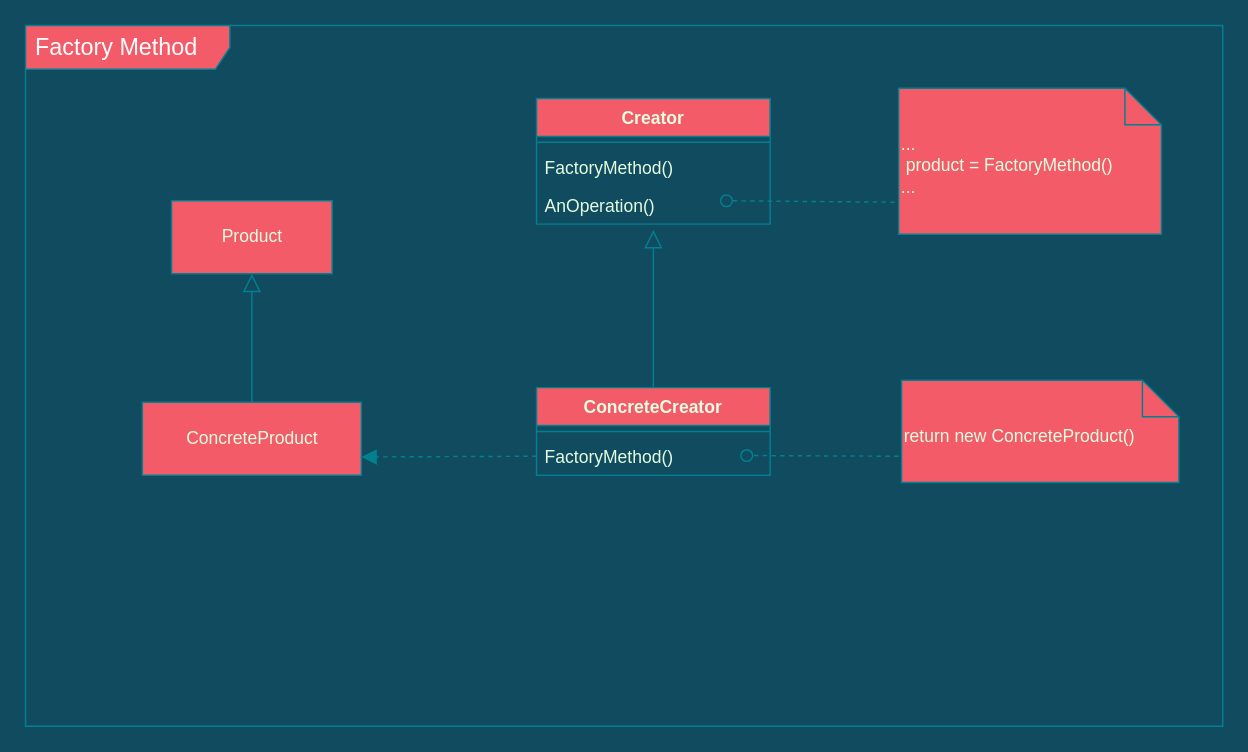
This is rhca.drawio from fanyixuanf/rhca, a draw.io file, before an edit. Source tidied: cells renumbered, new cells numbered last; positions are measured from the earlier drawing's top-left corner, leaving out a move shared by most shapes. Both pictures are drawn from the tidied source at 146%, with x=0, y=0 at pixel (25, 25).
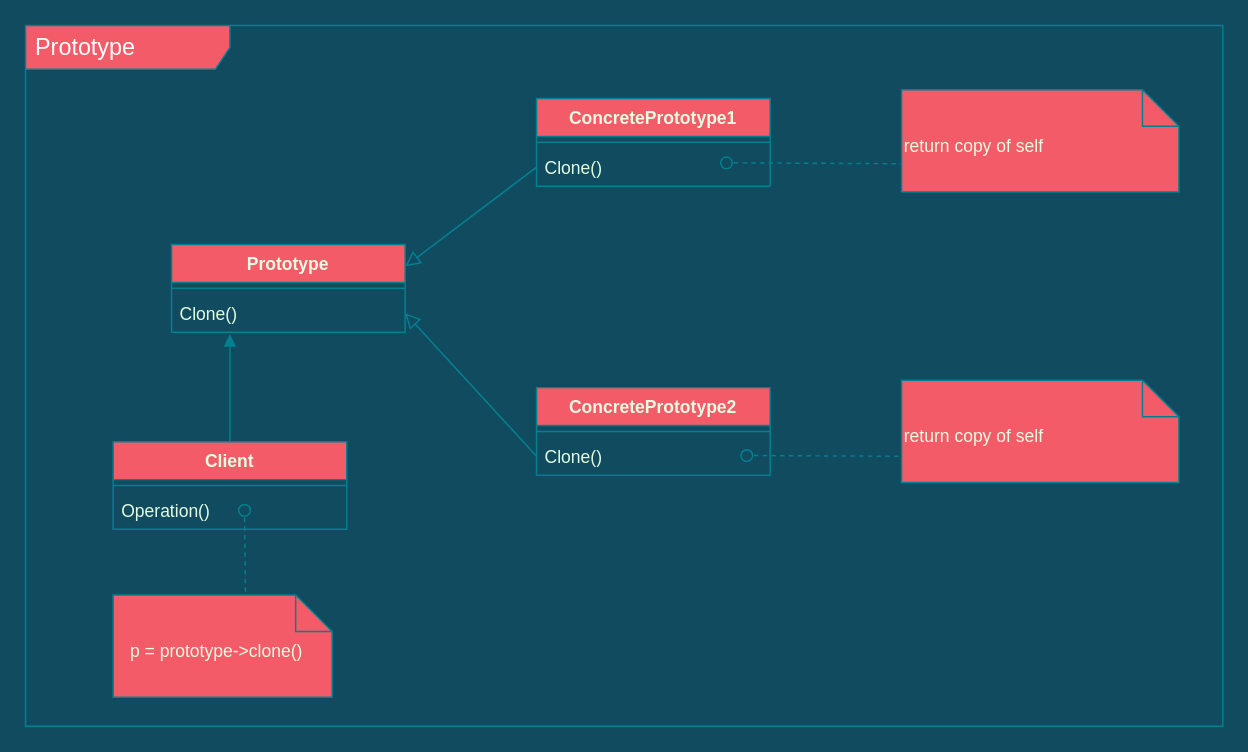
The same diagram, later.

Change to the diagram source:
```diff
@@
-    <mxCell id="2" value="&lt;span style=&quot;font-size: 16px&quot;&gt;&lt;font color=&quot;#ffffff&quot;&gt;Factory Method&lt;/font&gt;&lt;/span&gt;" style="shape=umlFrame;whiteSpace=wrap;html=1;width=140;height=30;boundedLbl=1;verticalAlign=middle;align=left;spacingLeft=5;fillColor=#F45B69;strokeColor=#028090;fontColor=#E4FDE1;" parent="1" vertex="1">
+    <mxCell id="2" value="&lt;span style=&quot;font-size: 16px&quot;&gt;&lt;font color=&quot;#ffffff&quot;&gt;Prototype&lt;/font&gt;&lt;/span&gt;" style="shape=umlFrame;whiteSpace=wrap;html=1;width=140;height=30;boundedLbl=1;verticalAlign=middle;align=left;spacingLeft=5;fillColor=#F45B69;strokeColor=#028090;fontColor=#E4FDE1;" parent="1" vertex="1">
       <mxGeometry width="820" height="480" as="geometry" />
     </mxCell>
-    <mxCell id="3" value="Creator" style="swimlane;fontStyle=1;align=center;verticalAlign=top;horizontal=1;startSize=26;fillColor=#F45B69;strokeColor=#028090;fontColor=#E4FDE1;" parent="1" vertex="1">
-      <mxGeometry x="350" y="50" width="160" height="86" as="geometry" />
+    <mxCell id="3" value="ConcretePrototype1" style="swimlane;fontStyle=1;align=center;verticalAlign=top;horizontal=1;startSize=26;fillColor=#F45B69;strokeColor=#028090;fontColor=#E4FDE1;" parent="1" vertex="1">
+      <mxGeometry x="350" y="50" width="160" height="60" as="geometry" />
     </mxCell>
@@
-    <mxCell id="5" value="FactoryMethod()" style="text;strokeColor=none;fillColor=none;align=left;verticalAlign=top;spacingLeft=4;spacingRight=4;overflow=hidden;fontColor=#E4FDE1;" parent="3" vertex="1">
-      <mxGeometry y="34" width="160" height="26" as="geometry" />
-    </mxCell>
-    <mxCell id="6" value="AnOperation()" style="text;strokeColor=none;fillColor=none;align=left;verticalAlign=top;spacingLeft=4;spacingRight=4;overflow=hidden;points=[[0,0.5],[1,0.5]];portConstraint=eastwest;fontColor=#E4FDE1;" parent="3" vertex="1">
-      <mxGeometry y="60" width="160" height="26" as="geometry" />
+    <mxCell id="6" value="Clone()" style="text;strokeColor=none;fillColor=none;align=left;verticalAlign=top;spacingLeft=4;spacingRight=4;overflow=hidden;points=[[0,0.5],[1,0.5]];portConstraint=eastwest;fontColor=#E4FDE1;" parent="3" vertex="1">
+      <mxGeometry y="34" width="160" height="26" as="geometry" />
     </mxCell>
-    <mxCell id="7" value="ConcreteCreator" style="swimlane;fontStyle=1;align=center;verticalAlign=top;horizontal=1;startSize=26;fillColor=#F45B69;strokeColor=#028090;fontColor=#E4FDE1;" parent="1" vertex="1">
+    <mxCell id="7" value="ConcretePrototype2" style="swimlane;fontStyle=1;align=center;verticalAlign=top;horizontal=1;startSize=26;fillColor=#F45B69;strokeColor=#028090;fontColor=#E4FDE1;" parent="1" vertex="1">
       <mxGeometry x="350" y="248" width="160" height="60" as="geometry" />
     </mxCell>
@@
-    <mxCell id="10" value="FactoryMethod()" style="text;strokeColor=none;fillColor=none;align=left;verticalAlign=top;spacingLeft=4;spacingRight=4;overflow=hidden;points=[[0,0.5],[1,0.5]];portConstraint=eastwest;fontColor=#E4FDE1;" parent="7" vertex="1">
+    <mxCell id="10" value="Clone()" style="text;strokeColor=none;fillColor=none;align=left;verticalAlign=top;spacingLeft=4;spacingRight=4;overflow=hidden;points=[[0,0.5],[1,0.5]];portConstraint=eastwest;fontColor=#E4FDE1;" parent="7" vertex="1">
       <mxGeometry y="34" width="160" height="26" as="geometry" />
     </mxCell>
-    <mxCell id="11" value="Product" style="html=1;rounded=0;sketch=0;fontColor=#E4FDE1;strokeColor=#028090;fillColor=#F45B69;" parent="1" vertex="1">
-      <mxGeometry x="100" y="120" width="110" height="50" as="geometry" />
-    </mxCell>
-    <mxCell id="12" value="return new ConcreteProduct()" style="shape=note2;boundedLbl=1;whiteSpace=wrap;html=1;size=25;verticalAlign=top;align=left;rounded=0;sketch=0;fontColor=#E4FDE1;strokeColor=#028090;fillColor=#F45B69;" parent="1" vertex="1">
+    <mxCell id="12" value="return copy of self" style="shape=note2;boundedLbl=1;whiteSpace=wrap;html=1;size=25;verticalAlign=top;align=left;rounded=0;sketch=0;fontColor=#E4FDE1;strokeColor=#028090;fillColor=#F45B69;" parent="1" vertex="1">
       <mxGeometry x="600" y="243" width="190" height="70" as="geometry" />
     </mxCell>
-    <mxCell id="13" value="ConcreteProduct" style="html=1;rounded=0;sketch=0;fontColor=#E4FDE1;strokeColor=#028090;fillColor=#F45B69;" parent="1" vertex="1">
-      <mxGeometry x="80" y="258" width="150" height="50" as="geometry" />
-    </mxCell>
-    <mxCell id="14" value="...&amp;nbsp;&lt;br&gt;&amp;nbsp;product = FactoryMethod()&lt;br&gt;..." style="shape=note2;boundedLbl=1;whiteSpace=wrap;html=1;size=25;verticalAlign=top;align=left;rounded=0;sketch=0;fontColor=#E4FDE1;strokeColor=#028090;fillColor=#F45B69;" parent="1" vertex="1">
-      <mxGeometry x="598" y="43" width="180" height="100" as="geometry" />
-    </mxCell>
-    <mxCell id="15" style="endArrow=oval;dashed=1;endFill=0;endSize=8;html=1;rounded=0;exitX=-0.015;exitY=0.78;exitDx=0;exitDy=0;exitPerimeter=0;entryX=0.813;entryY=0.385;entryDx=0;entryDy=0;entryPerimeter=0;labelBackgroundColor=#114B5F;strokeColor=#028090;fontColor=#E4FDE1;" parent="1" edge="1" source="14" target="6">
+    <mxCell id="15" style="endArrow=oval;dashed=1;endFill=0;endSize=8;html=1;rounded=0;exitX=0.011;exitY=0.724;exitDx=0;exitDy=0;exitPerimeter=0;entryX=0.813;entryY=0.385;entryDx=0;entryDy=0;entryPerimeter=0;labelBackgroundColor=#114B5F;strokeColor=#028090;fontColor=#E4FDE1;" parent="1" edge="1" source="19" target="6">
       <mxGeometry relative="1" as="geometry" />
     </mxCell>
-    <mxCell id="16" style="html=1;verticalAlign=bottom;labelBackgroundColor=none;endArrow=block;endFill=1;dashed=1;rounded=0;endSize=8;exitX=0;exitY=0.5;exitDx=0;exitDy=0;entryX=1;entryY=0.75;entryDx=0;entryDy=0;strokeColor=#028090;fontColor=#E4FDE1;" parent="1" edge="1" source="10" target="13">
-      <mxGeometry relative="1" as="geometry" />
-    </mxCell>
-    <mxCell id="17" style="html=1;verticalAlign=bottom;labelBackgroundColor=none;endArrow=block;endFill=0;rounded=0;endSize=10;entryX=0.5;entryY=1;entryDx=0;entryDy=0;exitX=0.5;exitY=0;exitDx=0;exitDy=0;strokeColor=#028090;fontColor=#E4FDE1;" parent="1" edge="1" source="13" target="11">
-      <mxGeometry relative="1" as="geometry" />
-    </mxCell>
-    <mxCell id="18" style="html=1;verticalAlign=bottom;labelBackgroundColor=none;endArrow=block;endFill=0;rounded=0;endSize=10;exitX=0.5;exitY=0;exitDx=0;exitDy=0;strokeColor=#028090;fontColor=#E4FDE1;" parent="1" edge="1" source="7">
-      <mxGeometry relative="1" as="geometry">
-        <mxPoint x="430" y="140" as="targetPoint" />
-      </mxGeometry>
-    </mxCell>
+    <mxCell id="19" value="return copy of self" style="shape=note2;boundedLbl=1;whiteSpace=wrap;html=1;size=25;verticalAlign=top;align=left;rounded=0;sketch=0;fontColor=#E4FDE1;strokeColor=#028090;fillColor=#F45B69;" parent="1" vertex="1">
+      <mxGeometry x="600" y="44" width="190" height="70" as="geometry" />
+    </mxCell>
+    <mxCell id="20" value="Prototype" style="swimlane;fontStyle=1;align=center;verticalAlign=top;horizontal=1;startSize=26;fillColor=#F45B69;strokeColor=#028090;fontColor=#E4FDE1;" parent="1" vertex="1">
+      <mxGeometry x="100" y="150" width="160" height="60" as="geometry" />
+    </mxCell>
+    <mxCell id="21" style="line;strokeWidth=1;fillColor=none;align=left;verticalAlign=middle;spacingTop=-1;spacingLeft=3;spacingRight=3;labelPosition=right;strokeColor=#028090;fontColor=#E4FDE1;labelBackgroundColor=#114B5F;" parent="20" vertex="1">
+      <mxGeometry y="26" width="160" height="8" as="geometry" />
+    </mxCell>
+    <mxCell id="22" value="Clone()" style="text;strokeColor=none;fillColor=none;align=left;verticalAlign=top;spacingLeft=4;spacingRight=4;overflow=hidden;points=[[0,0.5],[1,0.5]];portConstraint=eastwest;fontColor=#E4FDE1;" parent="20" vertex="1">
+      <mxGeometry y="34" width="160" height="26" as="geometry" />
+    </mxCell>
+    <mxCell id="23" value="Client" style="swimlane;fontStyle=1;align=center;verticalAlign=top;horizontal=1;startSize=26;fillColor=#F45B69;strokeColor=#028090;fontColor=#E4FDE1;" parent="1" vertex="1">
+      <mxGeometry x="60" y="285" width="160" height="60" as="geometry" />
+    </mxCell>
+    <mxCell id="24" style="line;strokeWidth=1;fillColor=none;align=left;verticalAlign=middle;spacingTop=-1;spacingLeft=3;spacingRight=3;labelPosition=right;strokeColor=#028090;fontColor=#E4FDE1;labelBackgroundColor=#114B5F;" parent="23" vertex="1">
+      <mxGeometry y="26" width="160" height="8" as="geometry" />
+    </mxCell>
+    <mxCell id="25" value="Operation()" style="text;strokeColor=none;fillColor=none;align=left;verticalAlign=top;spacingLeft=4;spacingRight=4;overflow=hidden;fontColor=#E4FDE1;" parent="23" vertex="1">
+      <mxGeometry y="34" width="160" height="26" as="geometry" />
+    </mxCell>
+    <mxCell id="26" value="&amp;nbsp; &amp;nbsp;p = prototype-&amp;gt;clone()" style="shape=note2;boundedLbl=1;whiteSpace=wrap;html=1;size=25;verticalAlign=top;align=left;rounded=0;sketch=0;fontColor=#E4FDE1;strokeColor=#028090;fillColor=#F45B69;" parent="1" vertex="1">
+      <mxGeometry x="60" y="390" width="150" height="70" as="geometry" />
+    </mxCell>
+    <mxCell id="27" style="endArrow=oval;dashed=1;endFill=0;endSize=8;html=1;rounded=0;labelBackgroundColor=#114B5F;strokeColor=#028090;fontColor=#E4FDE1;exitX=0.604;exitY=-0.029;exitDx=0;exitDy=0;exitPerimeter=0;" parent="1" edge="1" source="26">
+      <mxGeometry relative="1" as="geometry">
+        <mxPoint x="150" y="332" as="targetPoint" />
+      </mxGeometry>
+    </mxCell>
+    <mxCell id="28" style="html=1;verticalAlign=bottom;labelBackgroundColor=none;endArrow=block;endFill=1;rounded=1;sketch=0;fontColor=#E4FDE1;strokeColor=#028090;fillColor=#F45B69;curved=0;exitX=0.5;exitY=0;exitDx=0;exitDy=0;entryX=0.25;entryY=1.051;entryDx=0;entryDy=0;entryPerimeter=0;" parent="1" edge="1" source="23" target="22">
+      <mxGeometry relative="1" as="geometry" />
+    </mxCell>
+    <mxCell id="29" style="endArrow=block;html=1;rounded=0;align=center;verticalAlign=bottom;endFill=0;labelBackgroundColor=none;endSize=8;sketch=0;fontColor=#E4FDE1;strokeColor=#028090;fillColor=#F45B69;curved=0;exitX=0;exitY=0.5;exitDx=0;exitDy=0;entryX=1;entryY=0.25;entryDx=0;entryDy=0;" parent="1" edge="1" source="6" target="20">
+      <mxGeometry relative="1" as="geometry" />
+    </mxCell>
+    <mxCell id="30" style="endArrow=block;html=1;rounded=0;align=center;verticalAlign=bottom;endFill=0;labelBackgroundColor=none;endSize=8;sketch=0;fontColor=#E4FDE1;strokeColor=#028090;fillColor=#F45B69;curved=0;exitX=0;exitY=0.5;exitDx=0;exitDy=0;entryX=1;entryY=0.5;entryDx=0;entryDy=0;" parent="1" edge="1" source="10" target="22">
+      <mxGeometry relative="1" as="geometry" />
+    </mxCell>
```
